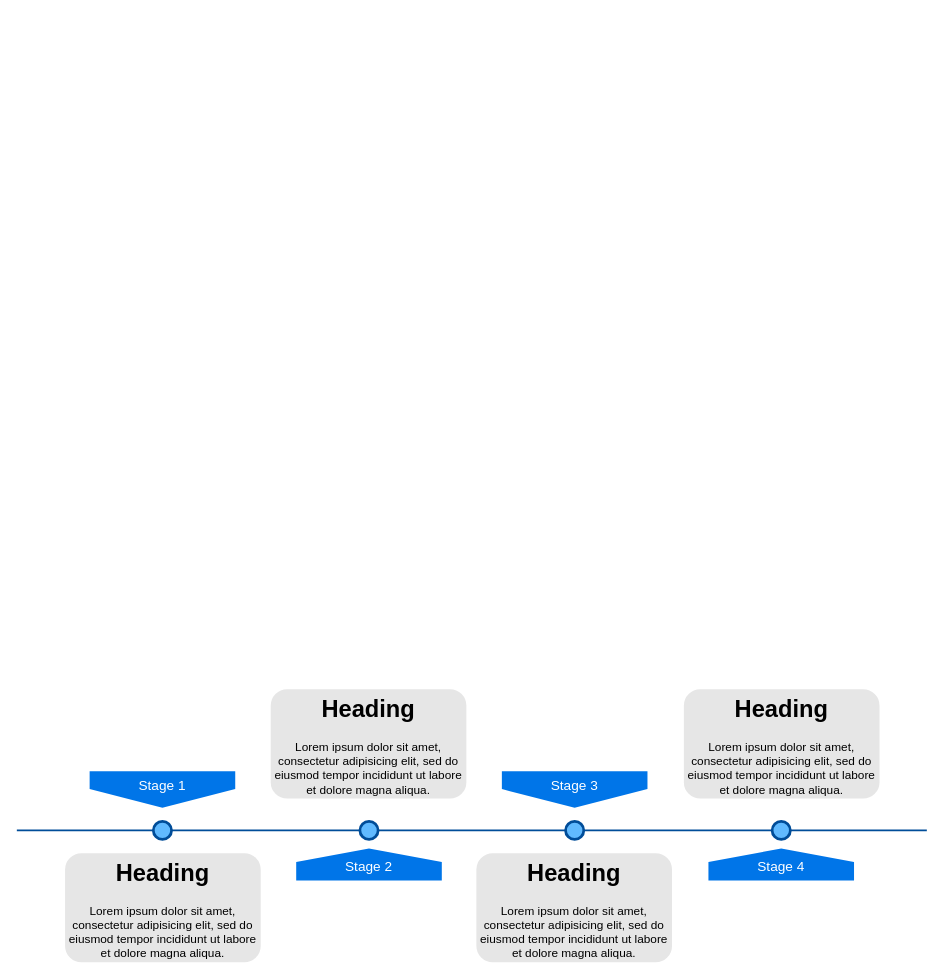
The draw.io diagram 小说世界观2.drawio in lcllge/lcllge.github, before the edit. Source tidied: cells renumbered, new cells numbered last; positions are measured from the earlier drawing's top-left corner, leaving out a move shared by most shapes. Both pictures are drawn from the tidied source at 91%, with x=0, y=0 at pixel (16, 689).
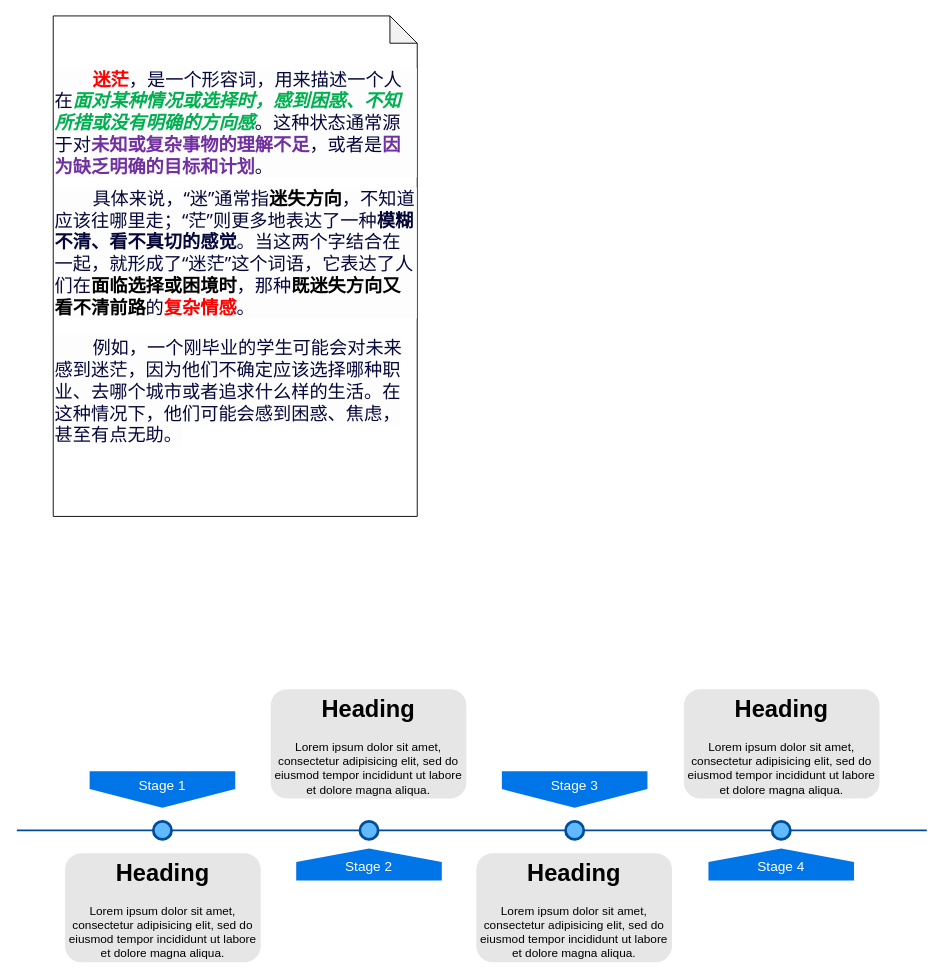
Above is the later version.

Commit message:
更新小说世界观2.drawio

The edit, as a diff of the source:
```diff
@@
 <mxGraphModel>
   <root>
     <mxCell id="0" />
     <mxCell id="1" parent="0" />
     <mxCell id="2" style="line;strokeWidth=2;html=1;fillColor=none;fontSize=28;fontColor=#004D99;strokeColor=#004D99;" parent="1" vertex="1">
       <mxGeometry y="150" width="1000" height="10" as="geometry" />
     </mxCell>
     <mxCell id="3" value="Stage 1" style="shape=offPageConnector;whiteSpace=wrap;html=1;fillColor=#0075E8;fontSize=15;fontColor=#FFFFFF;size=0.5093750000000015;verticalAlign=top;strokeColor=none;" parent="1" vertex="1">
       <mxGeometry x="80" y="90" width="160" height="40" as="geometry" />
     </mxCell>
     <mxCell id="4" value="&lt;span&gt;Stage 3&lt;/span&gt;" style="shape=offPageConnector;whiteSpace=wrap;html=1;fillColor=#0075E8;fontSize=15;fontColor=#FFFFFF;size=0.5093750000000015;verticalAlign=top;strokeColor=none;" parent="1" vertex="1">
       <mxGeometry x="533" y="90" width="160" height="40" as="geometry" />
     </mxCell>
     <mxCell id="5" value="&lt;span&gt;Stage 2&lt;/span&gt;" style="shape=offPageConnector;whiteSpace=wrap;html=1;fillColor=#0075E8;fontSize=15;fontColor=#FFFFFF;size=0.4178571428571445;flipV=1;verticalAlign=bottom;strokeColor=none;spacingBottom=4;" parent="1" vertex="1">
       <mxGeometry x="307" y="175" width="160" height="35" as="geometry" />
     </mxCell>
     <mxCell id="6" value="&lt;span&gt;Stage 4&lt;/span&gt;" style="shape=offPageConnector;whiteSpace=wrap;html=1;fillColor=#0075E8;fontSize=15;fontColor=#FFFFFF;size=0.4178571428571445;flipV=1;verticalAlign=bottom;strokeColor=none;spacingBottom=4;" parent="1" vertex="1">
       <mxGeometry x="760" y="175" width="160" height="35" as="geometry" />
     </mxCell>
     <mxCell id="7" style="ellipse;whiteSpace=wrap;html=1;fillColor=#61BAFF;fontSize=28;fontColor=#004D99;strokeWidth=3;strokeColor=#004D99;" parent="1" vertex="1">
       <mxGeometry x="150" y="145" width="20" height="20" as="geometry" />
     </mxCell>
     <mxCell id="8" style="ellipse;whiteSpace=wrap;html=1;fillColor=#61BAFF;fontSize=28;fontColor=#004D99;strokeWidth=3;strokeColor=#004D99;" parent="1" vertex="1">
       <mxGeometry x="377" y="145" width="20" height="20" as="geometry" />
     </mxCell>
     <mxCell id="9" style="ellipse;whiteSpace=wrap;html=1;fillColor=#61BAFF;fontSize=28;fontColor=#004D99;strokeWidth=3;strokeColor=#004D99;" parent="1" vertex="1">
       <mxGeometry x="603" y="145" width="20" height="20" as="geometry" />
     </mxCell>
     <mxCell id="10" style="ellipse;whiteSpace=wrap;html=1;fillColor=#61BAFF;fontSize=28;fontColor=#004D99;strokeWidth=3;strokeColor=#004D99;" parent="1" vertex="1">
       <mxGeometry x="830" y="145" width="20" height="20" as="geometry" />
     </mxCell>
     <mxCell id="11" value="&lt;h1&gt;Heading&lt;/h1&gt;&lt;p&gt;Lorem ipsum dolor sit amet, consectetur adipisicing elit, sed do eiusmod tempor incididunt ut labore et dolore magna aliqua.&lt;/p&gt;" style="text;html=1;spacing=5;spacingTop=-20;whiteSpace=wrap;overflow=hidden;strokeColor=none;strokeWidth=3;fillColor=#E6E6E6;fontSize=13;fontColor=#000000;align=center;rounded=1;" parent="1" vertex="1">
       <mxGeometry x="53" y="180" width="215" height="120" as="geometry" />
     </mxCell>
     <mxCell id="12" value="&lt;h1&gt;Heading&lt;/h1&gt;&lt;p&gt;Lorem ipsum dolor sit amet, consectetur adipisicing elit, sed do eiusmod tempor incididunt ut labore et dolore magna aliqua.&lt;/p&gt;" style="text;html=1;spacing=5;spacingTop=-20;whiteSpace=wrap;overflow=hidden;strokeColor=none;strokeWidth=3;fillColor=#E6E6E6;fontSize=13;fontColor=#000000;align=center;rounded=1;" parent="1" vertex="1">
       <mxGeometry x="279" width="215" height="120" as="geometry" />
     </mxCell>
     <mxCell id="13" value="&lt;h1&gt;Heading&lt;/h1&gt;&lt;p&gt;Lorem ipsum dolor sit amet, consectetur adipisicing elit, sed do eiusmod tempor incididunt ut labore et dolore magna aliqua.&lt;/p&gt;" style="text;html=1;spacing=5;spacingTop=-20;whiteSpace=wrap;overflow=hidden;strokeColor=none;strokeWidth=3;fillColor=#E6E6E6;fontSize=13;fontColor=#000000;align=center;rounded=1;" parent="1" vertex="1">
       <mxGeometry x="505" y="180" width="215" height="120" as="geometry" />
     </mxCell>
     <mxCell id="14" value="&lt;h1&gt;Heading&lt;/h1&gt;&lt;p&gt;Lorem ipsum dolor sit amet, consectetur adipisicing elit, sed do eiusmod tempor incididunt ut labore et dolore magna aliqua.&lt;/p&gt;" style="text;html=1;spacing=5;spacingTop=-20;whiteSpace=wrap;overflow=hidden;strokeColor=none;strokeWidth=3;fillColor=#E6E6E6;fontSize=13;fontColor=#000000;align=center;rounded=1;" parent="1" vertex="1">
       <mxGeometry x="733" width="215" height="120" as="geometry" />
     </mxCell>
+    <mxCell id="15" value="&lt;p style=&quot;margin: 0pt; text-indent: 0pt; padding: 0pt; background: rgb(253, 253, 254); font-size: 20px;&quot; class=&quot;p&quot;&gt;&lt;font style=&quot;font-size: 20px;&quot;&gt;&lt;b style=&quot;&quot;&gt;&lt;span style=&quot;font-family: &amp;quot;Segoe UI&amp;quot;; color: rgb(255, 0, 0); letter-spacing: 0pt; background-image: initial; background-position: initial; background-size: initial; background-repeat: initial; background-attachment: initial; background-origin: initial; background-clip: initial;&quot;&gt;&lt;font style=&quot;font-size: 20px;&quot; face=&quot;Segoe UI&quot;&gt;&lt;span style=&quot;white-space: pre;&quot;&gt;&#9;&lt;/span&gt;迷茫&lt;/font&gt;&lt;/span&gt;&lt;/b&gt;&lt;span style=&quot;font-family: &amp;quot;Segoe UI&amp;quot;; color: rgb(5, 7, 59); letter-spacing: 0pt; background-image: initial; background-position: initial; background-size: initial; background-repeat: initial; background-attachment: initial; background-origin: initial; background-clip: initial;&quot;&gt;&lt;font style=&quot;font-size: 20px;&quot; face=&quot;Segoe UI&quot;&gt;，是一个形容词，用来描述一个人在&lt;/font&gt;&lt;/span&gt;&lt;b style=&quot;&quot;&gt;&lt;i&gt;&lt;span style=&quot;font-family: &amp;quot;Segoe UI&amp;quot;; color: rgb(0, 176, 80); letter-spacing: 0pt; background-image: initial; background-position: initial; background-size: initial; background-repeat: initial; background-attachment: initial; background-origin: initial; background-clip: initial;&quot;&gt;&lt;font style=&quot;font-size: 20px;&quot; face=&quot;Segoe UI&quot;&gt;面对某种情况或选择时，感到困惑、不知所措或没有明确的方向感&lt;/font&gt;&lt;/span&gt;&lt;/i&gt;&lt;/b&gt;&lt;span style=&quot;font-family: &amp;quot;Segoe UI&amp;quot;; color: rgb(5, 7, 59); letter-spacing: 0pt; background-image: initial; background-position: initial; background-size: initial; background-repeat: initial; background-attachment: initial; background-origin: initial; background-clip: initial;&quot;&gt;&lt;font style=&quot;font-size: 20px;&quot; face=&quot;Segoe UI&quot;&gt;。这种状态通常源于对&lt;/font&gt;&lt;/span&gt;&lt;b style=&quot;&quot;&gt;&lt;span style=&quot;font-family: &amp;quot;Segoe UI&amp;quot;; color: rgb(112, 48, 160); letter-spacing: 0pt; background-image: initial; background-position: initial; background-size: initial; background-repeat: initial; background-attachment: initial; background-origin: initial; background-clip: initial;&quot;&gt;&lt;font style=&quot;font-size: 20px;&quot; face=&quot;Segoe UI&quot;&gt;未知或复杂事物的理解不足&lt;/font&gt;&lt;/span&gt;&lt;/b&gt;&lt;span style=&quot;font-family: &amp;quot;Segoe UI&amp;quot;; color: rgb(5, 7, 59); letter-spacing: 0pt; background-image: initial; background-position: initial; background-size: initial; background-repeat: initial; background-attachment: initial; background-origin: initial; background-clip: initial;&quot;&gt;&lt;font style=&quot;font-size: 20px;&quot; face=&quot;Segoe UI&quot;&gt;，或者是&lt;/font&gt;&lt;/span&gt;&lt;b style=&quot;&quot;&gt;&lt;span style=&quot;font-family: &amp;quot;Segoe UI&amp;quot;; color: rgb(112, 48, 160); letter-spacing: 0pt; background-image: initial; background-position: initial; background-size: initial; background-repeat: initial; background-attachment: initial; background-origin: initial; background-clip: initial;&quot;&gt;&lt;font style=&quot;font-size: 20px;&quot; face=&quot;Segoe UI&quot;&gt;因为缺乏明确的目标和计划&lt;/font&gt;&lt;/span&gt;&lt;/b&gt;&lt;span style=&quot;font-family: &amp;quot;Segoe UI&amp;quot;; color: rgb(5, 7, 59); letter-spacing: 0pt; background-image: initial; background-position: initial; background-size: initial; background-repeat: initial; background-attachment: initial; background-origin: initial; background-clip: initial;&quot;&gt;&lt;font style=&quot;font-size: 20px;&quot; face=&quot;Segoe UI&quot;&gt;。&lt;/font&gt;&lt;/span&gt;&lt;span style=&quot;font-family: &amp;quot;Segoe UI&amp;quot;; color: rgb(5, 7, 59); letter-spacing: 0pt;&quot;&gt;&lt;/span&gt;&lt;/font&gt;&lt;/p&gt;&lt;p style=&quot;margin: 8.4pt 0pt 0pt; text-indent: 0pt; padding: 0pt; background: rgb(253, 253, 254); font-size: 20px;&quot; class=&quot;p&quot;&gt;&lt;font style=&quot;font-size: 20px;&quot;&gt;&lt;span style=&quot;font-family: &amp;quot;Segoe UI&amp;quot;; color: rgb(5, 7, 59); letter-spacing: 0pt; background-image: initial; background-position: initial; background-size: initial; background-repeat: initial; background-attachment: initial; background-origin: initial; background-clip: initial;&quot;&gt;&lt;font style=&quot;font-size: 20px;&quot; face=&quot;Segoe UI&quot;&gt;&lt;span style=&quot;white-space: pre;&quot;&gt;&#9;&lt;/span&gt;具体来说，&lt;/font&gt;“迷”通常指&lt;/span&gt;&lt;b&gt;&lt;span style=&quot;font-family: &amp;quot;Segoe UI&amp;quot;; letter-spacing: 0pt; background-image: initial; background-position: initial; background-size: initial; background-repeat: initial; background-attachment: initial; background-origin: initial; background-clip: initial;&quot;&gt;&lt;font style=&quot;font-size: 20px;&quot; face=&quot;Segoe UI&quot;&gt;迷失方向&lt;/font&gt;&lt;/span&gt;&lt;/b&gt;&lt;span style=&quot;font-family: &amp;quot;Segoe UI&amp;quot;; color: rgb(5, 7, 59); letter-spacing: 0pt; background-image: initial; background-position: initial; background-size: initial; background-repeat: initial; background-attachment: initial; background-origin: initial; background-clip: initial;&quot;&gt;&lt;font style=&quot;font-size: 20px;&quot; face=&quot;Segoe UI&quot;&gt;，不知道应该往哪里走；&lt;/font&gt;“茫”则更多地表达了一种&lt;/span&gt;&lt;b&gt;&lt;span style=&quot;font-family: &amp;quot;Segoe UI&amp;quot;; color: rgb(5, 7, 59); letter-spacing: 0pt; background-image: initial; background-position: initial; background-size: initial; background-repeat: initial; background-attachment: initial; background-origin: initial; background-clip: initial;&quot;&gt;&lt;font style=&quot;font-size: 20px;&quot; face=&quot;Segoe UI&quot;&gt;模糊不清、看不真切的感觉&lt;/font&gt;&lt;/span&gt;&lt;/b&gt;&lt;span style=&quot;font-family: &amp;quot;Segoe UI&amp;quot;; color: rgb(5, 7, 59); letter-spacing: 0pt; background-image: initial; background-position: initial; background-size: initial; background-repeat: initial; background-attachment: initial; background-origin: initial; background-clip: initial;&quot;&gt;&lt;font style=&quot;font-size: 20px;&quot; face=&quot;Segoe UI&quot;&gt;。当这两个字结合在一起，就形成了&lt;/font&gt;“迷茫”这个词语，它表达了人们在&lt;/span&gt;&lt;b&gt;&lt;span style=&quot;font-family: &amp;quot;Segoe UI&amp;quot;; letter-spacing: 0pt; background-image: initial; background-position: initial; background-size: initial; background-repeat: initial; background-attachment: initial; background-origin: initial; background-clip: initial;&quot;&gt;&lt;font style=&quot;font-size: 20px;&quot; face=&quot;Segoe UI&quot;&gt;面临选择或困境时&lt;/font&gt;&lt;/span&gt;&lt;/b&gt;&lt;span style=&quot;font-family: &amp;quot;Segoe UI&amp;quot;; color: rgb(5, 7, 59); letter-spacing: 0pt; background-image: initial; background-position: initial; background-size: initial; background-repeat: initial; background-attachment: initial; background-origin: initial; background-clip: initial;&quot;&gt;&lt;font style=&quot;font-size: 20px;&quot; face=&quot;Segoe UI&quot;&gt;，那种&lt;/font&gt;&lt;/span&gt;&lt;b&gt;&lt;span style=&quot;font-family: &amp;quot;Segoe UI&amp;quot;; letter-spacing: 0pt; background-image: initial; background-position: initial; background-size: initial; background-repeat: initial; background-attachment: initial; background-origin: initial; background-clip: initial;&quot;&gt;&lt;font style=&quot;font-size: 20px;&quot; face=&quot;Segoe UI&quot;&gt;既迷失方向又看不清前路&lt;/font&gt;&lt;/span&gt;&lt;/b&gt;&lt;span style=&quot;font-family: &amp;quot;Segoe UI&amp;quot;; color: rgb(5, 7, 59); letter-spacing: 0pt; background-image: initial; background-position: initial; background-size: initial; background-repeat: initial; background-attachment: initial; background-origin: initial; background-clip: initial;&quot;&gt;&lt;font style=&quot;font-size: 20px;&quot; face=&quot;Segoe UI&quot;&gt;的&lt;/font&gt;&lt;/span&gt;&lt;b&gt;&lt;span style=&quot;font-family: &amp;quot;Segoe UI&amp;quot;; color: rgb(255, 0, 0); letter-spacing: 0pt; background-image: initial; background-position: initial; background-size: initial; background-repeat: initial; background-attachment: initial; background-origin: initial; background-clip: initial;&quot;&gt;&lt;font style=&quot;font-size: 20px;&quot; face=&quot;Segoe UI&quot;&gt;复杂情感&lt;/font&gt;&lt;/span&gt;&lt;/b&gt;&lt;span style=&quot;font-family: &amp;quot;Segoe UI&amp;quot;; color: rgb(5, 7, 59); letter-spacing: 0pt; background-image: initial; background-position: initial; background-size: initial; background-repeat: initial; background-attachment: initial; background-origin: initial; background-clip: initial;&quot;&gt;&lt;font style=&quot;font-size: 20px;&quot; face=&quot;Segoe UI&quot;&gt;。&lt;/font&gt;&lt;/span&gt;&lt;span style=&quot;font-family: &amp;quot;Segoe UI&amp;quot;; color: rgb(5, 7, 59); letter-spacing: 0pt;&quot;&gt;&lt;/span&gt;&lt;/font&gt;&lt;/p&gt;&lt;p style=&quot;font-size: 20px;&quot; class=&quot;MsoNormal&quot;&gt;&lt;span style=&quot;font-family: &amp;quot;Segoe UI&amp;quot;; color: rgb(5, 7, 59); letter-spacing: 0pt; background: rgb(253, 253, 254);&quot;&gt;&lt;font style=&quot;font-size: 20px;&quot; face=&quot;Segoe UI&quot;&gt;&lt;span style=&quot;white-space: pre;&quot;&gt;&#9;&lt;/span&gt;例如，一个刚毕业的学生可能会对未来感到迷茫，因为他们不确定应该选择哪种职业、去哪个城市或者追求什么样的生活。在这种情况下，他们可能会感到困惑、焦虑，甚至有点无助。&lt;/font&gt;&lt;/span&gt;&lt;/p&gt;" style="shape=note;whiteSpace=wrap;html=1;backgroundOutline=1;darkOpacity=0.05;align=left;" parent="1" vertex="1">
+      <mxGeometry x="40" y="-740" width="400" height="550" as="geometry" />
+    </mxCell>
   </root>
 </mxGraphModel>
```
